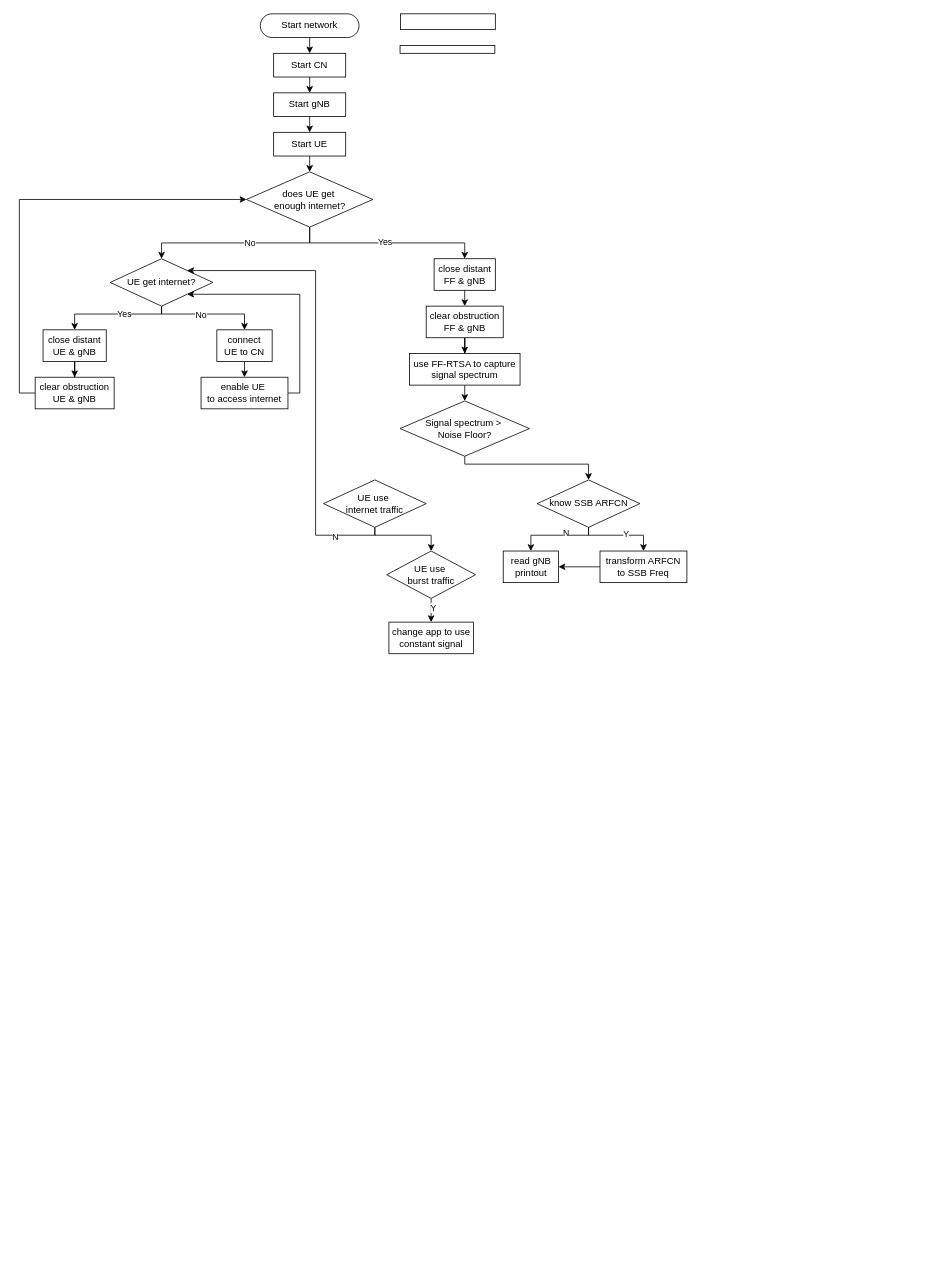
Before: IQ_constellation.drawio in pchat-imm/IQ_constellation, a draw.io diagram. Source tidied: cells renumbered, new cells numbered last; positions are measured from the earlier drawing's top-left corner, leaving out a move shared by most shapes. Both pictures are drawn from the tidied source at 79%, with x=0, y=0 at pixel (35, 13).
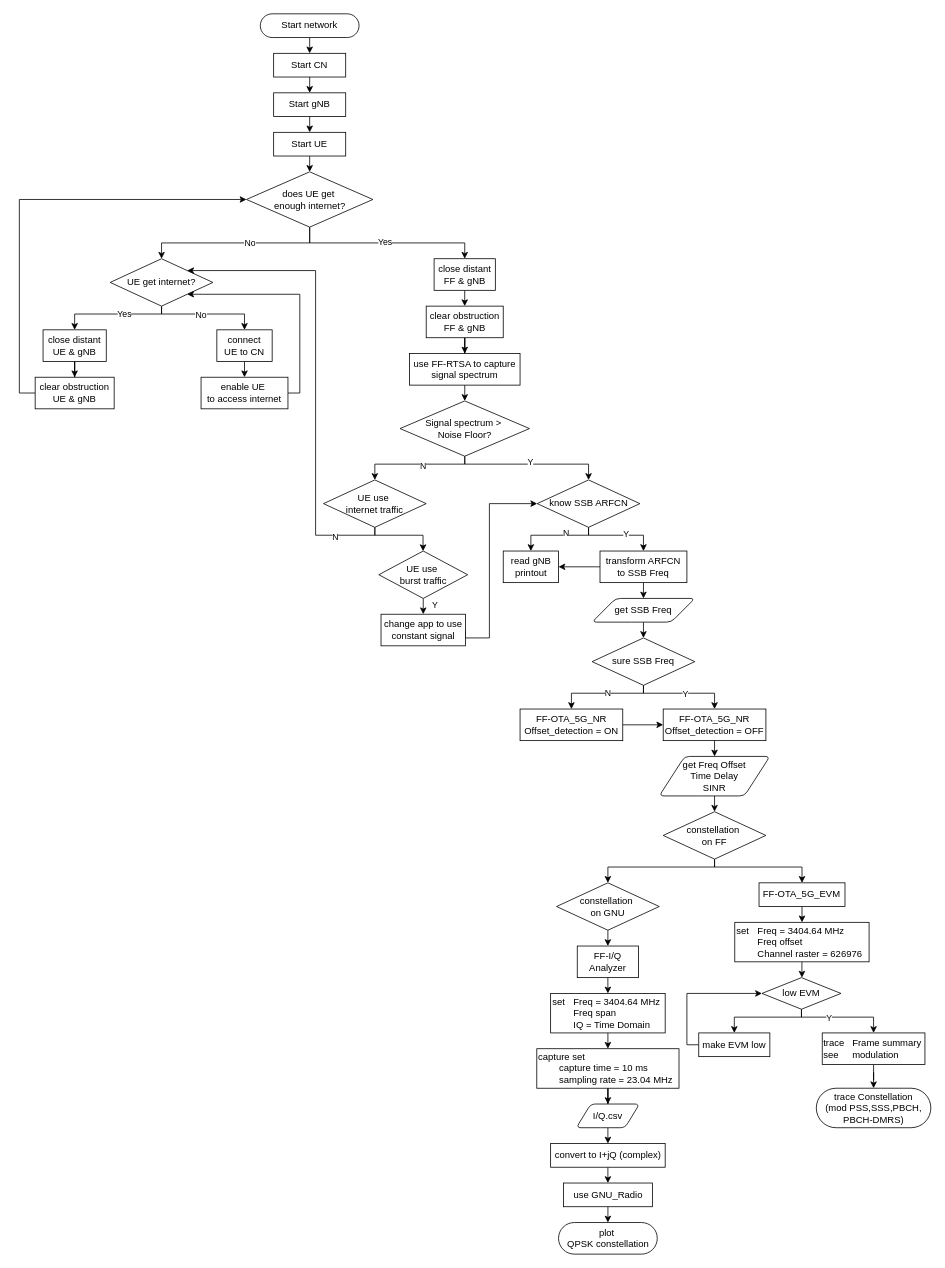
Above is the later version.

Unchanged cells that the change refers to:
```xml
<mxCell id="35" style="edgeStyle=orthogonalEdgeStyle;rounded=0;jettySize=auto;html=1;exitX=0.5;exitY=1;exitDx=0;exitDy=0;entryX=0.5;entryY=0;entryDx=0;entryDy=0;" parent="1" edge="1" source="36" target="41">
  <mxGeometry relative="1" as="geometry">
    <Array as="points">
      <mxPoint x="544" y="570" />
      <mxPoint x="701" y="570" />
    </Array>
  </mxGeometry>
</mxCell>
<mxCell id="36" value="&lt;div&gt;Signal spectrum &amp;gt;&amp;nbsp;&lt;/div&gt;&lt;div&gt;Noise Floor?&lt;/div&gt;" style="shape=rhombus;html=1;dashed=0;whiteSpace=wrap;perimeter=rhombusPerimeter;" parent="1" vertex="1">
  <mxGeometry x="461.9" y="490" width="163.8" height="70" as="geometry" />
</mxCell>
<mxCell id="41" value="know SSB ARFCN" style="shape=rhombus;html=1;dashed=0;whiteSpace=wrap;perimeter=rhombusPerimeter;" parent="1" vertex="1">
  <mxGeometry x="635.5" y="590" width="130" height="60" as="geometry" />
</mxCell>
<mxCell id="43" value="transform ARFCN to SSB Freq" style="html=1;dashed=0;whiteSpace=wrap;" parent="1" vertex="1">
  <mxGeometry x="715" y="680" width="110" height="40" as="geometry" />
</mxCell>
<mxCell id="49" value="&lt;div&gt;UE use&amp;nbsp;&lt;/div&gt;&lt;div&gt;internet traffic&lt;/div&gt;" style="shape=rhombus;html=1;dashed=0;whiteSpace=wrap;perimeter=rhombusPerimeter;" parent="1" vertex="1">
  <mxGeometry x="365" y="590" width="130" height="60" as="geometry" />
</mxCell>
<mxCell id="50" style="edgeStyle=orthogonalEdgeStyle;rounded=0;jettySize=auto;html=1;exitX=0.5;exitY=1;exitDx=0;exitDy=0;entryX=0.5;entryY=0;entryDx=0;entryDy=0;" parent="1" edge="1" source="52" target="53">
  <mxGeometry relative="1" as="geometry" />
</mxCell>
```

Change to the diagram source:
```diff
@@
-    <mxCell id="34" style="rounded=0;whiteSpace=wrap;html=1;" parent="1" vertex="1">
-      <mxGeometry x="462.5" width="120" height="20" as="geometry" />
-    </mxCell>
@@
+    <mxCell id="54" value="Y" style="edgeLabel;html=1;align=center;verticalAlign=middle;" parent="35" vertex="1">
+      <mxGeometry y="3" relative="1" as="geometry" />
+    </mxCell>
+    <mxCell id="55" style="edgeStyle=orthogonalEdgeStyle;rounded=0;jettySize=auto;html=1;exitX=0.5;exitY=1;exitDx=0;exitDy=0;entryX=0.5;entryY=0;entryDx=0;entryDy=0;" parent="1" edge="1" source="36" target="49">
+      <mxGeometry relative="1" as="geometry">
+        <Array as="points">
+          <mxPoint x="544" y="570" />
+          <mxPoint x="430" y="570" />
+        </Array>
+      </mxGeometry>
+    </mxCell>
+    <mxCell id="56" value="N" style="edgeLabel;html=1;align=center;verticalAlign=middle;" parent="55" vertex="1">
+      <mxGeometry x="-0.13" y="2" relative="1" as="geometry" />
+    </mxCell>
@@
+    <mxCell id="57" style="edgeStyle=orthogonalEdgeStyle;rounded=0;jettySize=auto;html=1;exitX=0.5;exitY=1;exitDx=0;exitDy=0;entryX=0.5;entryY=0;entryDx=0;entryDy=0;" parent="1" edge="1" source="43" target="60">
+      <mxGeometry relative="1" as="geometry" />
+    </mxCell>
@@
-    <mxCell id="45" style="rounded=0;whiteSpace=wrap;html=1;" parent="1" vertex="1">
-      <mxGeometry x="461.9" y="40" width="120" height="10" as="geometry" />
-    </mxCell>
@@
-    <mxCell id="48" style="edgeStyle=orthogonalEdgeStyle;rounded=0;jettySize=auto;html=1;exitX=0.5;exitY=1;exitDx=0;exitDy=0;entryX=0.5;entryY=0;entryDx=0;entryDy=0;" parent="1" edge="1" source="49" target="52">
+    <mxCell id="48" style="edgeStyle=orthogonalEdgeStyle;rounded=0;jettySize=auto;html=1;exitX=0.5;exitY=1;exitDx=0;exitDy=0;" parent="1" edge="1" source="49" target="52">
       <mxGeometry relative="1" as="geometry">
         <Array as="points">
           <mxPoint x="430" y="660" />
-          <mxPoint x="501" y="660" />
+          <mxPoint x="491" y="660" />
         </Array>
       </mxGeometry>
     </mxCell>
@@
     <mxCell id="51" value="Y" style="edgeLabel;html=1;align=center;verticalAlign=middle;" parent="50" vertex="1">
-      <mxGeometry x="-0.3" y="2" relative="1" as="geometry" />
+      <mxGeometry x="-0.3" y="2" relative="1" as="geometry">
+        <mxPoint x="12" as="offset" />
+      </mxGeometry>
     </mxCell>
     <mxCell id="52" value="&lt;div&gt;UE use&amp;nbsp;&lt;/div&gt;&lt;div&gt;burst traffic&lt;/div&gt;" style="shape=rhombus;html=1;dashed=0;whiteSpace=wrap;perimeter=rhombusPerimeter;" parent="1" vertex="1">
-      <mxGeometry x="445" y="680" width="112.5" height="60" as="geometry" />
+      <mxGeometry x="435" y="680" width="112.5" height="60" as="geometry" />
     </mxCell>
+    <mxCell id="58" style="edgeStyle=orthogonalEdgeStyle;rounded=0;jettySize=auto;html=1;exitX=1;exitY=0.5;exitDx=0;exitDy=0;entryX=0;entryY=0.5;entryDx=0;entryDy=0;" parent="1" edge="1" source="53" target="41">
+      <mxGeometry relative="1" as="geometry">
+        <Array as="points">
+          <mxPoint x="575" y="790" />
+          <mxPoint x="575" y="620" />
+        </Array>
+      </mxGeometry>
+    </mxCell>
     <mxCell id="53" value="change app to use constant signal" style="html=1;dashed=0;whiteSpace=wrap;" parent="1" vertex="1">
-      <mxGeometry x="447.8" y="770" width="106.9" height="40" as="geometry" />
+      <mxGeometry x="437.8" y="760" width="106.9" height="40" as="geometry" />
     </mxCell>
+    <mxCell id="59" style="edgeStyle=orthogonalEdgeStyle;rounded=0;jettySize=auto;html=1;exitX=0.5;exitY=1;exitDx=0;exitDy=0;entryX=0.5;entryY=0;entryDx=0;entryDy=0;" parent="1" edge="1" source="60" target="65">
+      <mxGeometry relative="1" as="geometry" />
+    </mxCell>
+    <mxCell id="60" value="get SSB Freq" style="shape=parallelogram;html=1;strokeWidth=1;perimeter=parallelogramPerimeter;whiteSpace=wrap;rounded=1;arcSize=12;size=0.23;" parent="1" vertex="1">
+      <mxGeometry x="705" y="740" width="130" height="30" as="geometry" />
+    </mxCell>
+    <mxCell id="61" style="edgeStyle=orthogonalEdgeStyle;rounded=0;jettySize=auto;html=1;exitX=0.5;exitY=1;exitDx=0;exitDy=0;entryX=0.5;entryY=0;entryDx=0;entryDy=0;" parent="1" edge="1" source="65" target="67">
+      <mxGeometry relative="1" as="geometry">
+        <Array as="points">
+          <mxPoint x="770" y="860" />
+          <mxPoint x="679" y="860" />
+        </Array>
+      </mxGeometry>
+    </mxCell>
+    <mxCell id="62" value="N" style="edgeLabel;html=1;align=center;verticalAlign=middle;" parent="61" vertex="1">
+      <mxGeometry x="-0.08" y="-1" relative="1" as="geometry" />
+    </mxCell>
+    <mxCell id="63" style="edgeStyle=orthogonalEdgeStyle;rounded=0;jettySize=auto;html=1;exitX=0.5;exitY=1;exitDx=0;exitDy=0;entryX=0.5;entryY=0;entryDx=0;entryDy=0;" parent="1" edge="1" source="65" target="69">
+      <mxGeometry relative="1" as="geometry">
+        <Array as="points">
+          <mxPoint x="770" y="860" />
+          <mxPoint x="860" y="860" />
+        </Array>
+      </mxGeometry>
+    </mxCell>
+    <mxCell id="64" value="Y" style="edgeLabel;html=1;align=center;verticalAlign=middle;" parent="63" vertex="1">
+      <mxGeometry x="0.03" relative="1" as="geometry" />
+    </mxCell>
+    <mxCell id="65" value="sure SSB Freq" style="shape=rhombus;html=1;dashed=0;whiteSpace=wrap;perimeter=rhombusPerimeter;" parent="1" vertex="1">
+      <mxGeometry x="705" y="790" width="130" height="60" as="geometry" />
+    </mxCell>
+    <mxCell id="66" style="edgeStyle=orthogonalEdgeStyle;rounded=0;jettySize=auto;html=1;exitX=1;exitY=0.5;exitDx=0;exitDy=0;entryX=0;entryY=0.5;entryDx=0;entryDy=0;" parent="1" edge="1" source="67" target="69">
+      <mxGeometry relative="1" as="geometry" />
+    </mxCell>
+    <mxCell id="67" value="&lt;div&gt;FF-OTA_5G_NR&lt;/div&gt;&lt;div&gt;Offset_detection = ON&lt;br&gt;&lt;/div&gt;" style="html=1;dashed=0;whiteSpace=wrap;" parent="1" vertex="1">
+      <mxGeometry x="613.8" y="880" width="130" height="40" as="geometry" />
+    </mxCell>
+    <mxCell id="68" style="edgeStyle=orthogonalEdgeStyle;rounded=0;jettySize=auto;html=1;exitX=0.5;exitY=1;exitDx=0;exitDy=0;entryX=0.5;entryY=0;entryDx=0;entryDy=0;" parent="1" edge="1" source="69" target="71">
+      <mxGeometry relative="1" as="geometry" />
+    </mxCell>
+    <mxCell id="69" value="&lt;div&gt;FF-OTA_5G_NR&lt;/div&gt;&lt;div&gt;Offset_detection = OFF&lt;br&gt;&lt;/div&gt;" style="html=1;dashed=0;whiteSpace=wrap;" parent="1" vertex="1">
+      <mxGeometry x="795" y="880" width="130" height="40" as="geometry" />
+    </mxCell>
+    <mxCell id="70" style="edgeStyle=orthogonalEdgeStyle;rounded=0;jettySize=auto;html=1;exitX=0.5;exitY=1;exitDx=0;exitDy=0;entryX=0.5;entryY=0;entryDx=0;entryDy=0;" parent="1" edge="1" source="71" target="74">
+      <mxGeometry relative="1" as="geometry" />
+    </mxCell>
+    <mxCell id="71" value="&lt;div&gt;get Freq Offset&lt;/div&gt;&lt;div&gt;Time Delay&lt;/div&gt;&lt;div&gt;SINR&lt;br&gt;&lt;/div&gt;" style="shape=parallelogram;html=1;strokeWidth=1;perimeter=parallelogramPerimeter;whiteSpace=wrap;rounded=1;arcSize=12;size=0.23;" parent="1" vertex="1">
+      <mxGeometry x="790" y="940" width="140" height="50" as="geometry" />
+    </mxCell>
+    <mxCell id="72" style="edgeStyle=orthogonalEdgeStyle;rounded=0;jettySize=auto;html=1;exitX=0.5;exitY=1;exitDx=0;exitDy=0;entryX=0.5;entryY=0;entryDx=0;entryDy=0;" parent="1" edge="1" source="74" target="78">
+      <mxGeometry relative="1" as="geometry">
+        <Array as="points">
+          <mxPoint x="860" y="1080" />
+          <mxPoint x="971" y="1080" />
+        </Array>
+      </mxGeometry>
+    </mxCell>
+    <mxCell id="73" style="edgeStyle=orthogonalEdgeStyle;rounded=0;jettySize=auto;html=1;exitX=0.5;exitY=1;exitDx=0;exitDy=0;entryX=0.5;entryY=0;entryDx=0;entryDy=0;" parent="1" edge="1" source="74" target="76">
+      <mxGeometry relative="1" as="geometry">
+        <Array as="points">
+          <mxPoint x="860" y="1080" />
+          <mxPoint x="725" y="1080" />
+        </Array>
+      </mxGeometry>
+    </mxCell>
+    <mxCell id="74" value="&lt;div&gt;constellation&amp;nbsp;&lt;/div&gt;&lt;div&gt;on FF&lt;/div&gt;" style="shape=rhombus;html=1;dashed=0;whiteSpace=wrap;perimeter=rhombusPerimeter;" parent="1" vertex="1">
+      <mxGeometry x="795" y="1010" width="130" height="60" as="geometry" />
+    </mxCell>
+    <mxCell id="75" style="edgeStyle=orthogonalEdgeStyle;rounded=0;jettySize=auto;html=1;exitX=0.5;exitY=1;exitDx=0;exitDy=0;entryX=0.5;entryY=0;entryDx=0;entryDy=0;" parent="1" edge="1" source="76" target="91">
+      <mxGeometry relative="1" as="geometry" />
+    </mxCell>
+    <mxCell id="76" value="&lt;div&gt;constellation&amp;nbsp;&lt;/div&gt;&lt;div&gt;on GNU&lt;br&gt;&lt;/div&gt;" style="shape=rhombus;html=1;dashed=0;whiteSpace=wrap;perimeter=rhombusPerimeter;" parent="1" vertex="1">
+      <mxGeometry x="660" y="1100" width="130" height="60" as="geometry" />
+    </mxCell>
+    <mxCell id="77" style="edgeStyle=orthogonalEdgeStyle;rounded=0;jettySize=auto;html=1;exitX=0.5;exitY=1;exitDx=0;exitDy=0;" parent="1" edge="1" source="78" target="80">
+      <mxGeometry relative="1" as="geometry" />
+    </mxCell>
+    <mxCell id="78" value="FF-OTA_5G_EVM" style="html=1;dashed=0;whiteSpace=wrap;" parent="1" vertex="1">
+      <mxGeometry x="916.3" y="1100" width="108.8" height="30" as="geometry" />
+    </mxCell>
+    <mxCell id="79" style="edgeStyle=orthogonalEdgeStyle;rounded=0;jettySize=auto;html=1;exitX=0.5;exitY=1;exitDx=0;exitDy=0;" parent="1" edge="1" source="80" target="84">
+      <mxGeometry relative="1" as="geometry" />
+    </mxCell>
+    <mxCell id="80" value="&lt;div&gt;set &lt;span style=&quot;white-space: pre;&quot;&gt;&#9;&lt;/span&gt;Freq = 3404.64 MHz&lt;br&gt;&lt;/div&gt;&lt;div&gt;&lt;span style=&quot;white-space: pre;&quot;&gt;&#9;&lt;/span&gt;Freq offset&lt;/div&gt;&lt;div&gt;&lt;span style=&quot;white-space: pre;&quot;&gt;&#9;&lt;/span&gt;Channel raster = 626976&lt;br&gt;&lt;/div&gt;" style="html=1;dashed=0;whiteSpace=wrap;align=left;" parent="1" vertex="1">
+      <mxGeometry x="885.6" y="1150" width="170" height="50" as="geometry" />
+    </mxCell>
+    <mxCell id="81" style="edgeStyle=orthogonalEdgeStyle;rounded=0;jettySize=auto;html=1;exitX=0.5;exitY=1;exitDx=0;exitDy=0;entryX=0.5;entryY=0;entryDx=0;entryDy=0;" parent="1" edge="1" source="84" target="88">
+      <mxGeometry relative="1" as="geometry">
+        <Array as="points">
+          <mxPoint x="970" y="1270" />
+          <mxPoint x="1061" y="1270" />
+        </Array>
+      </mxGeometry>
+    </mxCell>
+    <mxCell id="82" value="Y" style="edgeLabel;html=1;align=center;verticalAlign=middle;" parent="81" vertex="1">
+      <mxGeometry x="-0.28" y="-1" relative="1" as="geometry" />
+    </mxCell>
+    <mxCell id="83" style="edgeStyle=orthogonalEdgeStyle;rounded=0;jettySize=auto;html=1;exitX=0.5;exitY=1;exitDx=0;exitDy=0;entryX=0.5;entryY=0;entryDx=0;entryDy=0;" parent="1" edge="1" source="84" target="86">
+      <mxGeometry relative="1" as="geometry">
+        <Array as="points">
+          <mxPoint x="970" y="1270" />
+          <mxPoint x="885" y="1270" />
+        </Array>
+      </mxGeometry>
+    </mxCell>
+    <mxCell id="84" value="low EVM" style="shape=rhombus;html=1;dashed=0;whiteSpace=wrap;perimeter=rhombusPerimeter;" parent="1" vertex="1">
+      <mxGeometry x="920" y="1220" width="100" height="40" as="geometry" />
+    </mxCell>
+    <mxCell id="85" style="edgeStyle=orthogonalEdgeStyle;rounded=0;jettySize=auto;html=1;exitX=0;exitY=0.5;exitDx=0;exitDy=0;entryX=0;entryY=0.5;entryDx=0;entryDy=0;" parent="1" edge="1" source="86" target="84">
+      <mxGeometry relative="1" as="geometry">
+        <Array as="points">
+          <mxPoint x="825" y="1305" />
+          <mxPoint x="825" y="1240" />
+        </Array>
+      </mxGeometry>
+    </mxCell>
+    <mxCell id="86" value="make EVM low" style="html=1;dashed=0;whiteSpace=wrap;" parent="1" vertex="1">
+      <mxGeometry x="840" y="1290" width="90" height="30" as="geometry" />
+    </mxCell>
+    <mxCell id="87" style="edgeStyle=orthogonalEdgeStyle;rounded=0;jettySize=auto;html=1;exitX=0.5;exitY=1;exitDx=0;exitDy=0;" parent="1" edge="1" source="88" target="89">
+      <mxGeometry relative="1" as="geometry" />
+    </mxCell>
+    <mxCell id="88" value="&lt;div&gt;trace&amp;nbsp;&amp;nbsp; Frame summary&lt;/div&gt;&lt;div&gt;see &lt;span style=&quot;white-space: pre;&quot;&gt;&#9;&lt;/span&gt;&amp;nbsp;&amp;nbsp; modulation&lt;br&gt;&lt;/div&gt;" style="html=1;dashed=0;whiteSpace=wrap;align=left;" parent="1" vertex="1">
+      <mxGeometry x="996.3" y="1290" width="130" height="40" as="geometry" />
+    </mxCell>
+    <mxCell id="89" value="&lt;div&gt;trace Constellation&lt;/div&gt;&lt;div&gt;(mod PSS,SSS,PBCH, PBCH-DMRS)&lt;br&gt;&lt;/div&gt;" style="html=1;dashed=0;whiteSpace=wrap;shape=mxgraph.dfd.start;" parent="1" vertex="1">
+      <mxGeometry x="988.8" y="1360" width="145" height="50" as="geometry" />
+    </mxCell>
+    <mxCell id="90" style="edgeStyle=orthogonalEdgeStyle;rounded=0;jettySize=auto;html=1;exitX=0.5;exitY=1;exitDx=0;exitDy=0;entryX=0.5;entryY=0;entryDx=0;entryDy=0;" parent="1" edge="1" source="91" target="93">
+      <mxGeometry relative="1" as="geometry" />
+    </mxCell>
+    <mxCell id="91" value="FF-I/Q Analyzer" style="html=1;dashed=0;whiteSpace=wrap;" parent="1" vertex="1">
+      <mxGeometry x="686.2" y="1180" width="77.5" height="40" as="geometry" />
+    </mxCell>
+    <mxCell id="92" style="edgeStyle=orthogonalEdgeStyle;rounded=0;jettySize=auto;html=1;exitX=0.5;exitY=1;exitDx=0;exitDy=0;entryX=0.5;entryY=0;entryDx=0;entryDy=0;" parent="1" edge="1" source="93" target="95">
+      <mxGeometry relative="1" as="geometry" />
+    </mxCell>
+    <mxCell id="93" value="&lt;div&gt;set &lt;span style=&quot;white-space: pre;&quot;&gt;&#9;&lt;/span&gt;Freq = 3404.64 MHz&lt;br&gt;&lt;/div&gt;&lt;div&gt;&lt;span style=&quot;white-space: pre;&quot;&gt;&#9;&lt;/span&gt;Freq span&lt;/div&gt;&lt;div&gt;&lt;span style=&quot;white-space: pre;&quot;&gt;&#9;&lt;/span&gt;IQ = Time Domain&lt;br&gt;&lt;/div&gt;" style="html=1;dashed=0;whiteSpace=wrap;align=left;" parent="1" vertex="1">
+      <mxGeometry x="652.5" y="1240" width="145" height="50" as="geometry" />
+    </mxCell>
+    <mxCell id="94" style="edgeStyle=orthogonalEdgeStyle;rounded=0;jettySize=auto;html=1;exitX=0.5;exitY=1;exitDx=0;exitDy=0;" parent="1" edge="1" source="95" target="97">
+      <mxGeometry relative="1" as="geometry" />
+    </mxCell>
+    <mxCell id="95" value="&lt;div&gt;capture set&lt;/div&gt;&lt;div&gt;&amp;nbsp;&lt;span style=&quot;white-space: pre;&quot;&gt;&#9;&lt;/span&gt;capture time = 10 ms&lt;br&gt;&lt;/div&gt;&lt;div&gt;&lt;span style=&quot;white-space: pre;&quot;&gt;&#9;&lt;/span&gt;sampling rate = 23.04 MHz&lt;br&gt;&lt;/div&gt;" style="html=1;dashed=0;whiteSpace=wrap;align=left;" parent="1" vertex="1">
+      <mxGeometry x="635" y="1310" width="180" height="50" as="geometry" />
+    </mxCell>
+    <mxCell id="96" style="edgeStyle=orthogonalEdgeStyle;rounded=0;jettySize=auto;html=1;exitX=0.5;exitY=1;exitDx=0;exitDy=0;entryX=0.5;entryY=0;entryDx=0;entryDy=0;" parent="1" edge="1" source="97" target="99">
+      <mxGeometry relative="1" as="geometry" />
+    </mxCell>
+    <mxCell id="97" value="I/Q.csv" style="shape=parallelogram;html=1;strokeWidth=1;perimeter=parallelogramPerimeter;whiteSpace=wrap;rounded=1;arcSize=12;size=0.23;" parent="1" vertex="1">
+      <mxGeometry x="685" y="1380" width="80" height="30" as="geometry" />
+    </mxCell>
+    <mxCell id="98" style="edgeStyle=orthogonalEdgeStyle;rounded=0;jettySize=auto;html=1;exitX=0.5;exitY=1;exitDx=0;exitDy=0;" parent="1" edge="1" source="99" target="101">
+      <mxGeometry relative="1" as="geometry" />
+    </mxCell>
+    <mxCell id="99" value="convert to I+jQ (complex)" style="html=1;dashed=0;whiteSpace=wrap;align=center;" parent="1" vertex="1">
+      <mxGeometry x="652.5" y="1430" width="145" height="30" as="geometry" />
+    </mxCell>
+    <mxCell id="100" value="&lt;div&gt;plot&amp;nbsp;&lt;/div&gt;&lt;div&gt;QPSK constellation&lt;/div&gt;" style="html=1;dashed=0;whiteSpace=wrap;shape=mxgraph.dfd.start;" parent="1" vertex="1">
+      <mxGeometry x="662.5" y="1530" width="125" height="40" as="geometry" />
+    </mxCell>
+    <mxCell id="101" value="use GNU_Radio" style="html=1;dashed=0;whiteSpace=wrap;align=center;" parent="1" vertex="1">
+      <mxGeometry x="668.8" y="1480" width="112.5" height="30" as="geometry" />
+    </mxCell>
+    <mxCell id="102" style="edgeStyle=orthogonalEdgeStyle;rounded=0;jettySize=auto;html=1;exitX=0.5;exitY=1;exitDx=0;exitDy=0;entryX=0.5;entryY=0.5;entryDx=0;entryDy=-20;entryPerimeter=0;" parent="1" edge="1" source="101" target="100">
+      <mxGeometry relative="1" as="geometry" />
+    </mxCell>
```
